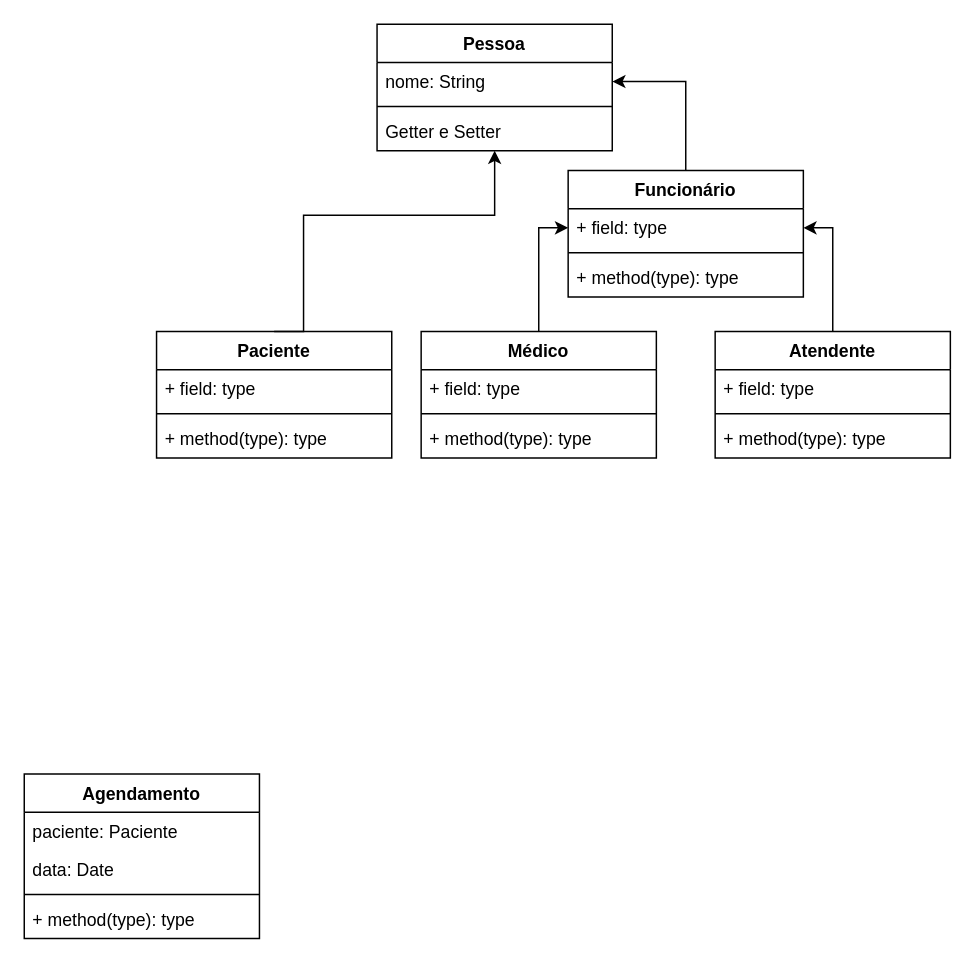
Above: Digrama_classes.drawio in psdsantos/Saudepp (draw.io), before the change. Source tidied: cells renumbered, new cells numbered last; positions are measured from the earlier drawing's top-left corner, leaving out a move shared by most shapes. Both pictures are drawn from the tidied source at 147%, with x=0, y=0 at pixel (24, 24).
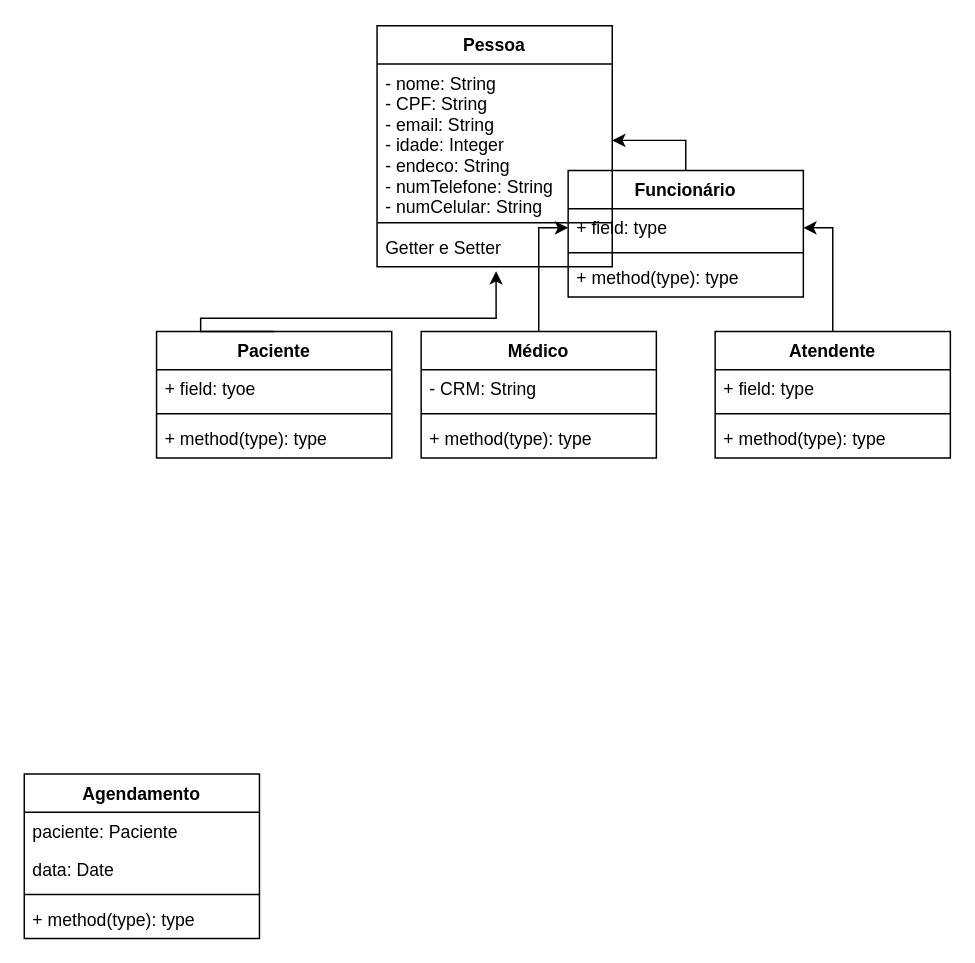
Above is the later version.

Unchanged cells that the change refers to:
```xml
<mxCell id="2" value="Paciente" style="swimlane;fontStyle=1;align=center;verticalAlign=top;horizontal=1;startSize=26;" parent="1" vertex="1">
  <mxGeometry x="90" y="209" width="160" height="86" as="geometry" />
</mxCell>
<mxCell id="10" value="Médico" style="swimlane;fontStyle=1;align=center;verticalAlign=top;horizontal=1;startSize=26;" parent="1" vertex="1">
  <mxGeometry x="270" y="209" width="160" height="86" as="geometry" />
</mxCell>
```

What changed in the source:
```diff
@@
-    <mxCell id="3" value="+ field: type" style="text;strokeColor=none;fillColor=none;align=left;verticalAlign=top;spacingLeft=4;spacingRight=4;overflow=hidden;" parent="2" vertex="1">
+    <mxCell id="3" value="+ field: tyoe" style="text;strokeColor=none;fillColor=none;align=left;verticalAlign=top;spacingLeft=4;spacingRight=4;overflow=hidden;" parent="2" vertex="1">
       <mxGeometry y="26" width="160" height="26" as="geometry" />
     </mxCell>
@@
-    <mxCell id="11" value="+ field: type" style="text;strokeColor=none;fillColor=none;align=left;verticalAlign=top;spacingLeft=4;spacingRight=4;overflow=hidden;" parent="10" vertex="1">
+    <mxCell id="11" value="- CRM: String" style="text;strokeColor=none;fillColor=none;align=left;verticalAlign=top;spacingLeft=4;spacingRight=4;overflow=hidden;" parent="10" vertex="1">
       <mxGeometry y="26" width="160" height="26" as="geometry" />
     </mxCell>
@@
     <mxCell id="21" value="Pessoa" style="swimlane;fontStyle=1;align=center;verticalAlign=top;horizontal=1;startSize=26;" parent="1" vertex="1">
-      <mxGeometry x="240" width="160" height="86" as="geometry" />
+      <mxGeometry x="240" y="1" width="160" height="164" as="geometry" />
     </mxCell>
-    <mxCell id="22" value="nome: String" style="text;strokeColor=none;fillColor=none;align=left;verticalAlign=top;spacingLeft=4;spacingRight=4;overflow=hidden;points=[[0,0.5],[1,0.5]];portConstraint=eastwest;" parent="21" vertex="1">
-      <mxGeometry y="26" width="160" height="26" as="geometry" />
+    <mxCell id="22" value="- nome: String&#10;- CPF: String&#10;- email: String&#10;- idade: Integer&#10;- endeco: String&#10;- numTelefone: String&#10;- numCelular: String" style="text;strokeColor=none;fillColor=none;align=left;verticalAlign=top;spacingLeft=4;spacingRight=4;overflow=hidden;points=[[0,0.5],[1,0.5]];portConstraint=eastwest;" parent="21" vertex="1">
+      <mxGeometry y="26" width="160" height="104" as="geometry" />
     </mxCell>
     <mxCell id="23" style="line;strokeWidth=1;fillColor=none;align=left;verticalAlign=middle;spacingTop=-1;spacingLeft=3;spacingRight=3;labelPosition=right;" parent="21" vertex="1">
-      <mxGeometry y="52" width="160" height="8" as="geometry" />
+      <mxGeometry y="130" width="160" height="8" as="geometry" />
     </mxCell>
     <mxCell id="24" value="Getter e Setter" style="text;strokeColor=none;fillColor=none;align=left;verticalAlign=top;spacingLeft=4;spacingRight=4;overflow=hidden;points=[[0,0.5],[1,0.5]];portConstraint=eastwest;" parent="21" vertex="1">
-      <mxGeometry y="60" width="160" height="26" as="geometry" />
+      <mxGeometry y="138" width="160" height="26" as="geometry" />
     </mxCell>
@@
-    <mxCell id="32" style="edgeStyle=orthogonalEdgeStyle;rounded=0;jettySize=auto;html=1;exitX=0.5;exitY=0;exitDx=0;exitDy=0;" parent="1" edge="1" source="2" target="24">
+    <mxCell id="32" style="edgeStyle=orthogonalEdgeStyle;rounded=0;jettySize=auto;html=1;exitX=0.5;exitY=0;exitDx=0;exitDy=0;entryX=0.506;entryY=1.115;entryDx=0;entryDy=0;entryPerimeter=0;" parent="1" edge="1" source="2" target="24">
       <mxGeometry relative="1" as="geometry">
         <Array as="points">
-          <mxPoint x="190" y="130" />
-          <mxPoint x="320" y="130" />
+          <mxPoint x="120" y="200" />
+          <mxPoint x="321" y="200" />
         </Array>
       </mxGeometry>
     </mxCell>
```
